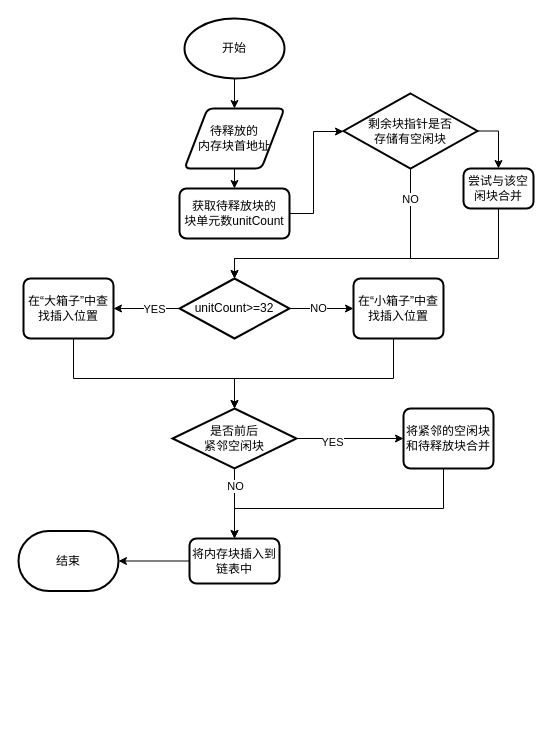
yayaer123/drawio_demo keeps this draw.io diagram as page "第 2 页" (2 of 3) of myumalloc_FD.drawio. Above is the earlier version. Source tidied: cells renumbered, new cells numbered last; positions are measured from the earlier drawing's top-left corner, leaving out a move shared by most shapes. Both pictures are drawn from the tidied source at 100%, with x=0, y=0 at pixel (18, 18).
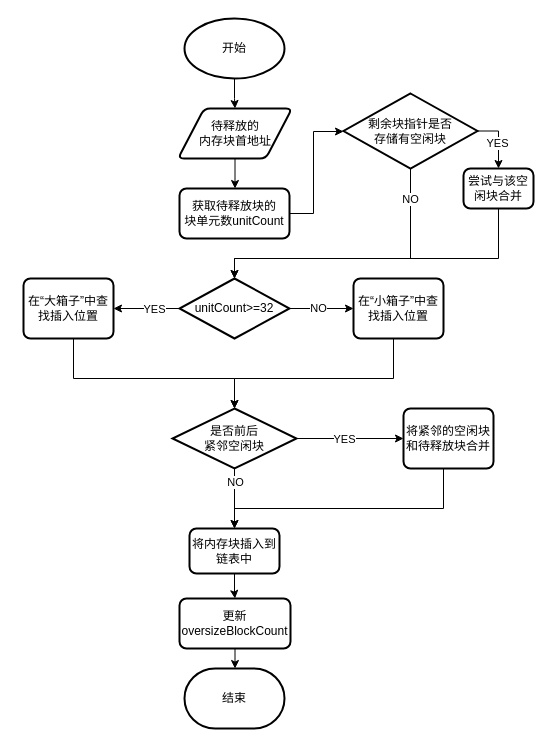
The same diagram, later.

The change refers to these unchanged cells:
```xml
<mxCell id="16" style="edgeStyle=orthogonalEdgeStyle;rounded=0;jettySize=auto;html=1;" parent="1" edge="1" source="20" target="22">
  <mxGeometry relative="1" as="geometry" />
</mxCell>
<mxCell id="29" style="edgeStyle=orthogonalEdgeStyle;rounded=0;jettySize=auto;html=1;" parent="1" edge="1" source="30" target="32">
  <mxGeometry relative="1" as="geometry">
    <Array as="points">
      <mxPoint x="480" y="113" />
    </Array>
  </mxGeometry>
</mxCell>
```

Change to the diagram source:
```diff
@@
     <mxCell id="4" value="结束" style="strokeWidth=2;html=1;shape=mxgraph.flowchart.terminator;whiteSpace=wrap;" parent="1" vertex="1">
-      <mxGeometry y="512.5" width="100" height="60" as="geometry" />
+      <mxGeometry x="166" y="650" width="100" height="60" as="geometry" />
     </mxCell>
@@
     <mxCell id="6" value="待释放的&lt;div&gt;内存块首地址&lt;/div&gt;" style="shape=parallelogram;html=1;strokeWidth=2;perimeter=parallelogramPerimeter;whiteSpace=wrap;rounded=1;arcSize=12;size=0.23;" parent="1" vertex="1">
-      <mxGeometry x="166" y="90" width="100" height="60" as="geometry" />
+      <mxGeometry x="159.5" y="90" width="114" height="50" as="geometry" />
     </mxCell>
@@
     <mxCell id="17" value="YES" style="edgeLabel;html=1;align=center;verticalAlign=middle;" parent="16" vertex="1">
-      <mxGeometry x="-0.35" y="-3" relative="1" as="geometry" />
+      <mxGeometry x="-0.35" y="-3" relative="1" as="geometry">
+        <mxPoint x="12" y="-3" as="offset" />
+      </mxGeometry>
     </mxCell>
@@
-    <mxCell id="23" style="edgeStyle=orthogonalEdgeStyle;rounded=0;jettySize=auto;html=1;" parent="1" edge="1" source="24" target="4">
+    <mxCell id="23" style="edgeStyle=orthogonalEdgeStyle;rounded=0;jettySize=auto;html=1;" parent="1" edge="1" source="24" target="35">
       <mxGeometry relative="1" as="geometry" />
     </mxCell>
     <mxCell id="24" value="将内存块插入到链表中" style="rounded=1;whiteSpace=wrap;html=1;absoluteArcSize=1;arcSize=14;strokeWidth=2;" parent="1" vertex="1">
-      <mxGeometry x="171" y="520" width="90" height="45" as="geometry" />
+      <mxGeometry x="171" y="510" width="90" height="45" as="geometry" />
     </mxCell>
@@
+    <mxCell id="33" value="YES" style="edgeLabel;html=1;align=center;verticalAlign=middle;" parent="29" vertex="1">
+      <mxGeometry x="0.11" y="-2" relative="1" as="geometry">
+        <mxPoint y="1" as="offset" />
+      </mxGeometry>
+    </mxCell>
@@
+    <mxCell id="34" style="edgeStyle=orthogonalEdgeStyle;rounded=0;jettySize=auto;html=1;" parent="1" edge="1" source="35" target="4">
+      <mxGeometry relative="1" as="geometry" />
+    </mxCell>
+    <mxCell id="35" value="更新oversizeBlockCount" style="rounded=1;whiteSpace=wrap;html=1;absoluteArcSize=1;arcSize=14;strokeWidth=2;" parent="1" vertex="1">
+      <mxGeometry x="161" y="580" width="111" height="50" as="geometry" />
+    </mxCell>
```
